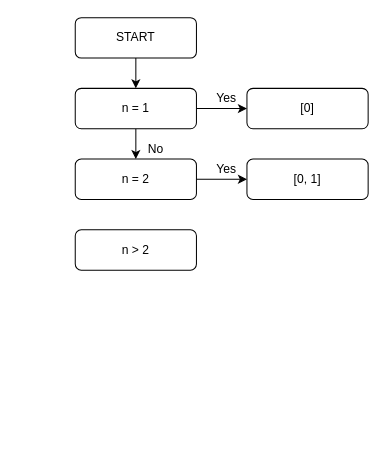
The draw.io diagram Untitled Diagram.drawio in sonvu2008/cv, before the edit. Source tidied: cells renumbered, new cells numbered last; positions are measured from the earlier drawing's top-left corner, leaving out a move shared by most shapes. Both pictures are drawn from the tidied source at 101%, with x=0, y=0 at pixel (75, 17).
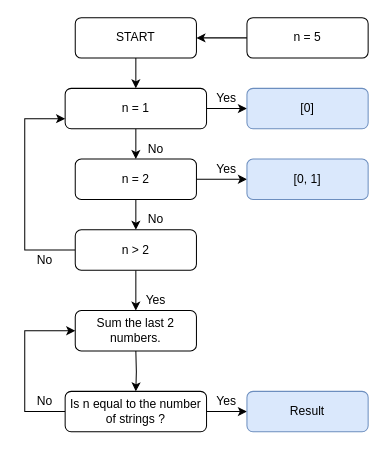
Above is the later version.

Unchanged cells that the change refers to:
```xml
<mxCell id="6" value="n = 2" style="rounded=1;whiteSpace=wrap;html=1;fontSize=12;glass=0;strokeWidth=1;shadow=0;" parent="1" vertex="1">
  <mxGeometry y="140" width="120" height="40" as="geometry" />
</mxCell>
<mxCell id="8" value="START" style="rounded=1;whiteSpace=wrap;html=1;fontSize=12;glass=0;strokeWidth=1;shadow=0;" parent="1" vertex="1">
  <mxGeometry width="120" height="40" as="geometry" />
</mxCell>
<mxCell id="14" value="n &amp;gt; 2" style="rounded=1;whiteSpace=wrap;html=1;fontSize=12;glass=0;strokeWidth=1;shadow=0;" parent="1" vertex="1">
  <mxGeometry y="210" width="120" height="40" as="geometry" />
</mxCell>
```

The edit, as a diff of the source:
```diff
@@
     <mxCell id="4" value="n = 1" style="rounded=1;whiteSpace=wrap;html=1;fontSize=12;glass=0;strokeWidth=1;shadow=0;" parent="1" vertex="1">
-      <mxGeometry y="70" width="120" height="40" as="geometry" />
+      <mxGeometry x="-10" y="70" width="140" height="40" as="geometry" />
     </mxCell>
@@
+    <mxCell id="15" style="edgeStyle=orthogonalEdgeStyle;rounded=0;jettySize=auto;html=1;exitX=0.5;exitY=1;exitDx=0;exitDy=0;entryX=0.5;entryY=0;entryDx=0;entryDy=0;" parent="1" edge="1" source="6" target="14">
+      <mxGeometry relative="1" as="geometry" />
+    </mxCell>
@@
-    <mxCell id="9" value="[0]" style="rounded=1;whiteSpace=wrap;html=1;fontSize=12;glass=0;strokeWidth=1;shadow=0;" parent="1" vertex="1">
+    <mxCell id="9" value="[0]" style="rounded=1;whiteSpace=wrap;html=1;fontSize=12;glass=0;strokeWidth=1;shadow=0;fillColor=#dae8fc;strokeColor=#6c8ebf;" parent="1" vertex="1">
       <mxGeometry x="170" y="70" width="120" height="40" as="geometry" />
     </mxCell>
@@
-    <mxCell id="12" value="[0, 1]" style="rounded=1;whiteSpace=wrap;html=1;fontSize=12;glass=0;strokeWidth=1;shadow=0;" parent="1" vertex="1">
+    <mxCell id="12" value="[0, 1]" style="rounded=1;whiteSpace=wrap;html=1;fontSize=12;glass=0;strokeWidth=1;shadow=0;fillColor=#dae8fc;strokeColor=#6c8ebf;" parent="1" vertex="1">
       <mxGeometry x="170" y="140" width="120" height="40" as="geometry" />
     </mxCell>
@@
+    <mxCell id="16" style="edgeStyle=orthogonalEdgeStyle;rounded=0;jettySize=auto;html=1;exitX=0;exitY=0.5;exitDx=0;exitDy=0;entryX=0;entryY=0.75;entryDx=0;entryDy=0;" parent="1" edge="1" source="14" target="4">
+      <mxGeometry relative="1" as="geometry">
+        <Array as="points">
+          <mxPoint x="-50" y="230" />
+          <mxPoint x="-50" y="100" />
+        </Array>
+      </mxGeometry>
+    </mxCell>
+    <mxCell id="17" style="edgeStyle=orthogonalEdgeStyle;rounded=0;jettySize=auto;html=1;exitX=0.5;exitY=1;exitDx=0;exitDy=0;entryX=0.5;entryY=0;entryDx=0;entryDy=0;" parent="1" edge="1" source="14">
+      <mxGeometry relative="1" as="geometry">
+        <mxPoint x="60" y="290" as="targetPoint" />
+      </mxGeometry>
+    </mxCell>
@@
+    <mxCell id="18" value="No" style="text;html=1;strokeColor=none;fillColor=none;align=center;verticalAlign=middle;whiteSpace=wrap;rounded=0;" parent="1" vertex="1">
+      <mxGeometry x="-50" y="230" width="40" height="20" as="geometry" />
+    </mxCell>
+    <mxCell id="19" value="Yes" style="text;html=1;strokeColor=none;fillColor=none;align=center;verticalAlign=middle;whiteSpace=wrap;rounded=0;" parent="1" vertex="1">
+      <mxGeometry x="60" y="270" width="40" height="20" as="geometry" />
+    </mxCell>
+    <mxCell id="20" value="No" style="text;html=1;strokeColor=none;fillColor=none;align=center;verticalAlign=middle;whiteSpace=wrap;rounded=0;" parent="1" vertex="1">
+      <mxGeometry x="60" y="190" width="40" height="20" as="geometry" />
+    </mxCell>
+    <mxCell id="21" style="edgeStyle=orthogonalEdgeStyle;rounded=0;orthogonalLoop=1;jettySize=auto;html=1;exitX=0.5;exitY=1;exitDx=0;exitDy=0;entryX=0.5;entryY=0;entryDx=0;entryDy=0;" parent="1" edge="1">
+      <mxGeometry relative="1" as="geometry">
+        <mxPoint x="60" y="330" as="sourcePoint" />
+        <mxPoint x="60" y="370" as="targetPoint" />
+      </mxGeometry>
+    </mxCell>
+    <mxCell id="22" style="edgeStyle=orthogonalEdgeStyle;rounded=0;jettySize=auto;html=1;exitX=0;exitY=0.5;exitDx=0;exitDy=0;entryX=1;entryY=0.5;entryDx=0;entryDy=0;" parent="1" edge="1" source="23" target="8">
+      <mxGeometry relative="1" as="geometry" />
+    </mxCell>
+    <mxCell id="23" value="n = 5" style="rounded=1;whiteSpace=wrap;html=1;fontSize=12;glass=0;strokeWidth=1;shadow=0;" parent="1" vertex="1">
+      <mxGeometry x="170" width="120" height="40" as="geometry" />
+    </mxCell>
+    <mxCell id="24" value="Sum the last 2 numbers." style="rounded=1;whiteSpace=wrap;html=1;fontSize=12;glass=0;strokeWidth=1;shadow=0;" parent="1" vertex="1">
+      <mxGeometry y="290" width="120" height="40" as="geometry" />
+    </mxCell>
+    <mxCell id="25" style="edgeStyle=orthogonalEdgeStyle;rounded=0;jettySize=auto;html=1;exitX=1;exitY=0.5;exitDx=0;exitDy=0;entryX=0;entryY=0.5;entryDx=0;entryDy=0;" parent="1" edge="1" source="27" target="28">
+      <mxGeometry relative="1" as="geometry" />
+    </mxCell>
+    <mxCell id="26" style="edgeStyle=orthogonalEdgeStyle;rounded=0;jettySize=auto;html=1;exitX=0;exitY=0.5;exitDx=0;exitDy=0;entryX=0;entryY=0.5;entryDx=0;entryDy=0;" parent="1" edge="1" source="27" target="24">
+      <mxGeometry relative="1" as="geometry">
+        <Array as="points">
+          <mxPoint x="-50" y="390" />
+          <mxPoint x="-50" y="310" />
+        </Array>
+      </mxGeometry>
+    </mxCell>
+    <mxCell id="27" value="Is n equal to the number of strings ?" style="rounded=1;whiteSpace=wrap;html=1;fontSize=12;glass=0;strokeWidth=1;shadow=0;" parent="1" vertex="1">
+      <mxGeometry x="-10" y="370" width="140" height="40" as="geometry" />
+    </mxCell>
+    <mxCell id="28" value="Result" style="rounded=1;whiteSpace=wrap;html=1;fontSize=12;glass=0;strokeWidth=1;shadow=0;fillColor=#dae8fc;strokeColor=#6c8ebf;" parent="1" vertex="1">
+      <mxGeometry x="170" y="370" width="120" height="40" as="geometry" />
+    </mxCell>
+    <mxCell id="29" value="Yes" style="text;html=1;strokeColor=none;fillColor=none;align=center;verticalAlign=middle;whiteSpace=wrap;rounded=0;" parent="1" vertex="1">
+      <mxGeometry x="130" y="370" width="40" height="20" as="geometry" />
+    </mxCell>
+    <mxCell id="30" value="No" style="text;html=1;strokeColor=none;fillColor=none;align=center;verticalAlign=middle;whiteSpace=wrap;rounded=0;" parent="1" vertex="1">
+      <mxGeometry x="-50" y="370" width="40" height="20" as="geometry" />
+    </mxCell>
```
